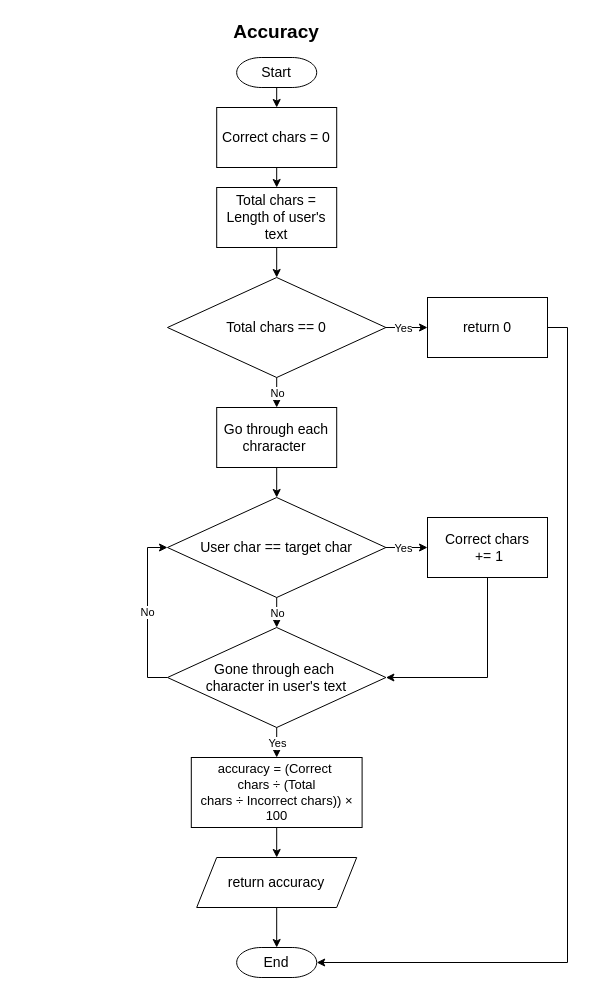
This is diagrams/algorithms/accuracyCalcAlgo.drawio from Bxnetic/wahtype, a draw.io file, before an edit. Source tidied: cells renumbered, new cells numbered last; positions are measured from the earlier drawing's top-left corner, leaving out a move shared by most shapes. Both pictures are drawn from the tidied source at 100%, with x=0, y=0 at pixel (167, 17).
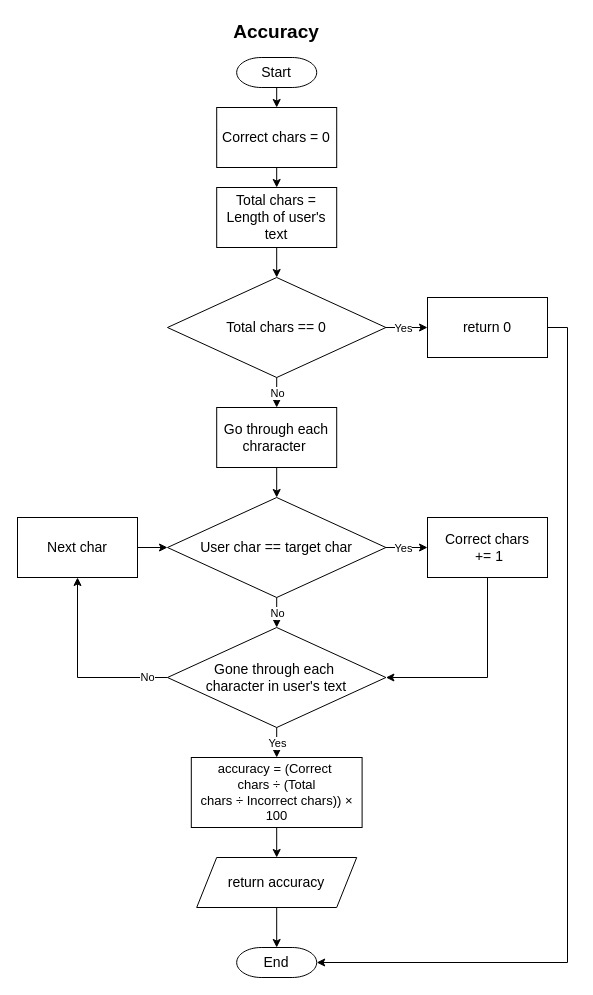
After the change.

The change refers to these unchanged cells:
```xml
<mxCell id="12" value="&lt;div&gt;User char == target char&lt;/div&gt;" style="rhombus;html=1;spacing=9;spacingLeft=0;whiteSpace=wrap;labelPosition=center;verticalLabelPosition=middle;align=center;verticalAlign=middle;spacingBottom=0;gradientColor=none;fillColor=default;strokeColor=default;fontFamily=Helvetica;fontSize=14;fontColor=default;" parent="1" vertex="1">
  <mxGeometry y="480" width="218.4" height="100" as="geometry" />
</mxCell>
<mxCell id="25" value="&lt;div&gt;Gone through each&amp;nbsp;&lt;/div&gt;&lt;div&gt;character in user's text&lt;/div&gt;" style="rhombus;html=1;spacing=9;spacingLeft=0;whiteSpace=wrap;labelPosition=center;verticalLabelPosition=middle;align=center;verticalAlign=middle;spacingBottom=0;gradientColor=none;fillColor=default;strokeColor=default;fontFamily=Helvetica;fontSize=14;fontColor=default;" parent="1" vertex="1">
  <mxGeometry y="610" width="218.4" height="100" as="geometry" />
</mxCell>
```

Change to the diagram source:
```diff
@@
-    <mxCell id="24" value="No" style="edgeStyle=orthogonalEdgeStyle;rounded=0;jettySize=auto;html=1;exitX=0;exitY=0.5;exitDx=0;exitDy=0;entryX=0;entryY=0.5;entryDx=0;entryDy=0;" parent="1" edge="1" source="25" target="12">
-      <mxGeometry relative="1" as="geometry" />
+    <mxCell id="24" value="No" style="edgeStyle=orthogonalEdgeStyle;rounded=0;jettySize=auto;html=1;exitX=0;exitY=0.5;exitDx=0;exitDy=0;entryX=0.5;entryY=1;entryDx=0;entryDy=0;" parent="1" edge="1" source="25" target="35">
+      <mxGeometry x="-0.79" relative="1" as="geometry" />
     </mxCell>
@@
+    <mxCell id="34" style="edgeStyle=orthogonalEdgeStyle;rounded=0;jettySize=auto;html=1;exitX=1;exitY=0.5;exitDx=0;exitDy=0;entryX=0;entryY=0.5;entryDx=0;entryDy=0;" parent="1" edge="1" source="35" target="12">
+      <mxGeometry relative="1" as="geometry" />
+    </mxCell>
+    <mxCell id="35" value="Next char" style="rounded=0;whiteSpace=wrap;html=1;fontSize=14;" parent="1" vertex="1">
+      <mxGeometry x="-150" y="500" width="120" height="60" as="geometry" />
+    </mxCell>
```
